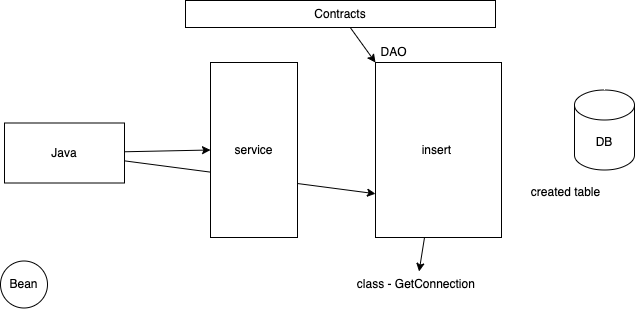
This is images/day5.drawio.png from adithnaveen/sapient-asde-mar-2024, a draw.io export, as it was before one commit. Source tidied: cells renumbered, new cells last; positions are measured from the earlier drawing's top-left corner, leaving out a move shared by most shapes. Its diagram source:
```xml
<mxGraphModel>
  <root>
    <mxCell id="0" />
    <mxCell id="1" parent="0" />
    <mxCell id="2" style="edgeStyle=none;html=1;" parent="1" edge="1" source="3" target="14">
      <mxGeometry relative="1" as="geometry" />
    </mxCell>
    <mxCell id="3" value="insert&amp;nbsp;" style="rounded=0;whiteSpace=wrap;html=1;" parent="1" vertex="1">
      <mxGeometry x="375" y="62" width="126" height="175" as="geometry" />
    </mxCell>
    <mxCell id="4" value="DB" style="shape=cylinder3;whiteSpace=wrap;html=1;boundedLbl=1;backgroundOutline=1;size=15;" parent="1" vertex="1">
      <mxGeometry x="574" y="89.5" width="60" height="80" as="geometry" />
    </mxCell>
    <mxCell id="5" value="created table" style="text;html=1;align=center;verticalAlign=middle;strokeColor=none;fillColor=none;" parent="1" vertex="1">
      <mxGeometry x="521" y="179" width="87" height="26" as="geometry" />
    </mxCell>
    <mxCell id="6" style="edgeStyle=none;html=1;entryX=0;entryY=0.5;entryDx=0;entryDy=0;" parent="1" edge="1" source="8" target="13">
      <mxGeometry relative="1" as="geometry" />
    </mxCell>
    <mxCell id="7" style="edgeStyle=none;html=1;entryX=0;entryY=0.75;entryDx=0;entryDy=0;" parent="1" edge="1" source="8" target="3">
      <mxGeometry relative="1" as="geometry" />
    </mxCell>
    <mxCell id="8" value="Java" style="whiteSpace=wrap;html=1;" parent="1" vertex="1">
      <mxGeometry x="4" y="122.5" width="120" height="60" as="geometry" />
    </mxCell>
    <mxCell id="9" value="Bean" style="ellipse;whiteSpace=wrap;html=1;" parent="1" vertex="1">
      <mxGeometry y="260.5" width="47" height="47" as="geometry" />
    </mxCell>
    <mxCell id="10" value="DAO" style="text;html=1;align=center;verticalAlign=middle;strokeColor=none;fillColor=none;" parent="1" vertex="1">
      <mxGeometry x="371" y="39" width="44" height="26" as="geometry" />
    </mxCell>
    <mxCell id="11" style="edgeStyle=none;html=1;" parent="1" edge="1" source="12" target="3">
      <mxGeometry relative="1" as="geometry" />
    </mxCell>
    <mxCell id="12" value="Contracts" style="rounded=0;whiteSpace=wrap;html=1;" parent="1" vertex="1">
      <mxGeometry x="185" width="310" height="27" as="geometry" />
    </mxCell>
    <mxCell id="13" value="service" style="rounded=0;whiteSpace=wrap;html=1;" parent="1" vertex="1">
      <mxGeometry x="210" y="62" width="87" height="175" as="geometry" />
    </mxCell>
    <mxCell id="14" value="class - GetConnection&amp;nbsp;" style="text;html=1;align=center;verticalAlign=middle;points=[];strokeColor=none;fillColor=none;" parent="1" vertex="1">
      <mxGeometry x="347" y="271" width="139" height="26" as="geometry" />
    </mxCell>
  </root>
</mxGraphModel>
```
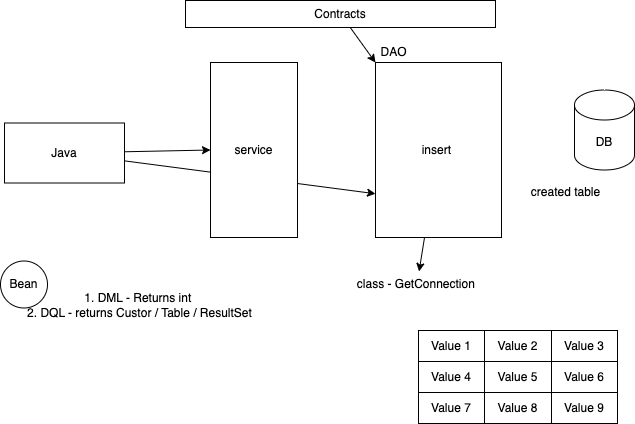
The same diagram one commit later.

Diff of the diagram source:
```diff
@@ -41,5 +41,47 @@
     <mxCell id="14" value="class - GetConnection&amp;nbsp;" style="text;html=1;align=center;verticalAlign=middle;points=[];strokeColor=none;fillColor=none;" parent="1" vertex="1">
       <mxGeometry x="347" y="271" width="139" height="26" as="geometry" />
     </mxCell>
+    <mxCell id="15" value="1. DML - Returns int&amp;nbsp;&lt;br&gt;2. DQL - returns Custor / Table / ResultSet" style="text;html=1;align=center;verticalAlign=middle;strokeColor=none;fillColor=none;" parent="1" vertex="1">
+      <mxGeometry x="17" y="284" width="243" height="41" as="geometry" />
+    </mxCell>
+    <mxCell id="16" style="shadow=0;fillColor=none;" parent="1" vertex="1">
+      <mxGeometry x="418" y="330" width="199" height="93" as="geometry" />
+    </mxCell>
+    <mxCell id="17" style="shape=tableRow;horizontal=0;startSize=0;swimlaneHead=0;swimlaneBody=0;top=0;left=0;bottom=0;right=0;fontStyle=0;fillColor=none;strokeColor=inherit;" parent="16" vertex="1">
+      <mxGeometry width="199" height="31" as="geometry" />
+    </mxCell>
+    <mxCell id="18" value="Value 1" style="strokeColor=inherit;fillColor=none;align=center;whiteSpace=wrap;html=1;" parent="17" vertex="1">
+      <mxGeometry width="66" height="31" as="geometry" />
+    </mxCell>
+    <mxCell id="19" value="Value 2" style="strokeColor=inherit;fillColor=none;align=center;whiteSpace=wrap;html=1;" parent="17" vertex="1">
+      <mxGeometry x="66" width="67" height="31" as="geometry" />
+    </mxCell>
+    <mxCell id="20" value="Value 3" style="strokeColor=inherit;fillColor=none;align=center;whiteSpace=wrap;html=1;" parent="17" vertex="1">
+      <mxGeometry x="133" width="66" height="31" as="geometry" />
+    </mxCell>
+    <mxCell id="21" style="shape=tableRow;horizontal=0;startSize=0;swimlaneHead=0;swimlaneBody=0;top=0;left=0;bottom=0;right=0;fontStyle=0;fillColor=none;strokeColor=inherit;" parent="16" vertex="1">
+      <mxGeometry y="31" width="199" height="31" as="geometry" />
+    </mxCell>
+    <mxCell id="22" value="Value 4" style="strokeColor=inherit;fillColor=none;align=center;whiteSpace=wrap;html=1;" parent="21" vertex="1">
+      <mxGeometry width="66" height="31" as="geometry" />
+    </mxCell>
+    <mxCell id="23" value="Value 5" style="strokeColor=inherit;fillColor=none;align=center;whiteSpace=wrap;html=1;" parent="21" vertex="1">
+      <mxGeometry x="66" width="67" height="31" as="geometry" />
+    </mxCell>
+    <mxCell id="24" value="Value 6" style="strokeColor=inherit;fillColor=none;align=center;whiteSpace=wrap;html=1;" parent="21" vertex="1">
+      <mxGeometry x="133" width="66" height="31" as="geometry" />
+    </mxCell>
+    <mxCell id="25" style="shape=tableRow;horizontal=0;startSize=0;swimlaneHead=0;swimlaneBody=0;top=0;left=0;bottom=0;right=0;fontStyle=0;fillColor=none;strokeColor=inherit;" parent="16" vertex="1">
+      <mxGeometry y="62" width="199" height="31" as="geometry" />
+    </mxCell>
+    <mxCell id="26" value="Value 7" style="strokeColor=inherit;fillColor=none;align=center;whiteSpace=wrap;html=1;" parent="25" vertex="1">
+      <mxGeometry width="66" height="31" as="geometry" />
+    </mxCell>
+    <mxCell id="27" value="Value 8" style="strokeColor=inherit;fillColor=none;align=center;whiteSpace=wrap;html=1;" parent="25" vertex="1">
+      <mxGeometry x="66" width="67" height="31" as="geometry" />
+    </mxCell>
+    <mxCell id="28" value="Value 9" style="strokeColor=inherit;fillColor=none;align=center;whiteSpace=wrap;html=1;" parent="25" vertex="1">
+      <mxGeometry x="133" width="66" height="31" as="geometry" />
+    </mxCell>
   </root>
 </mxGraphModel>
```
